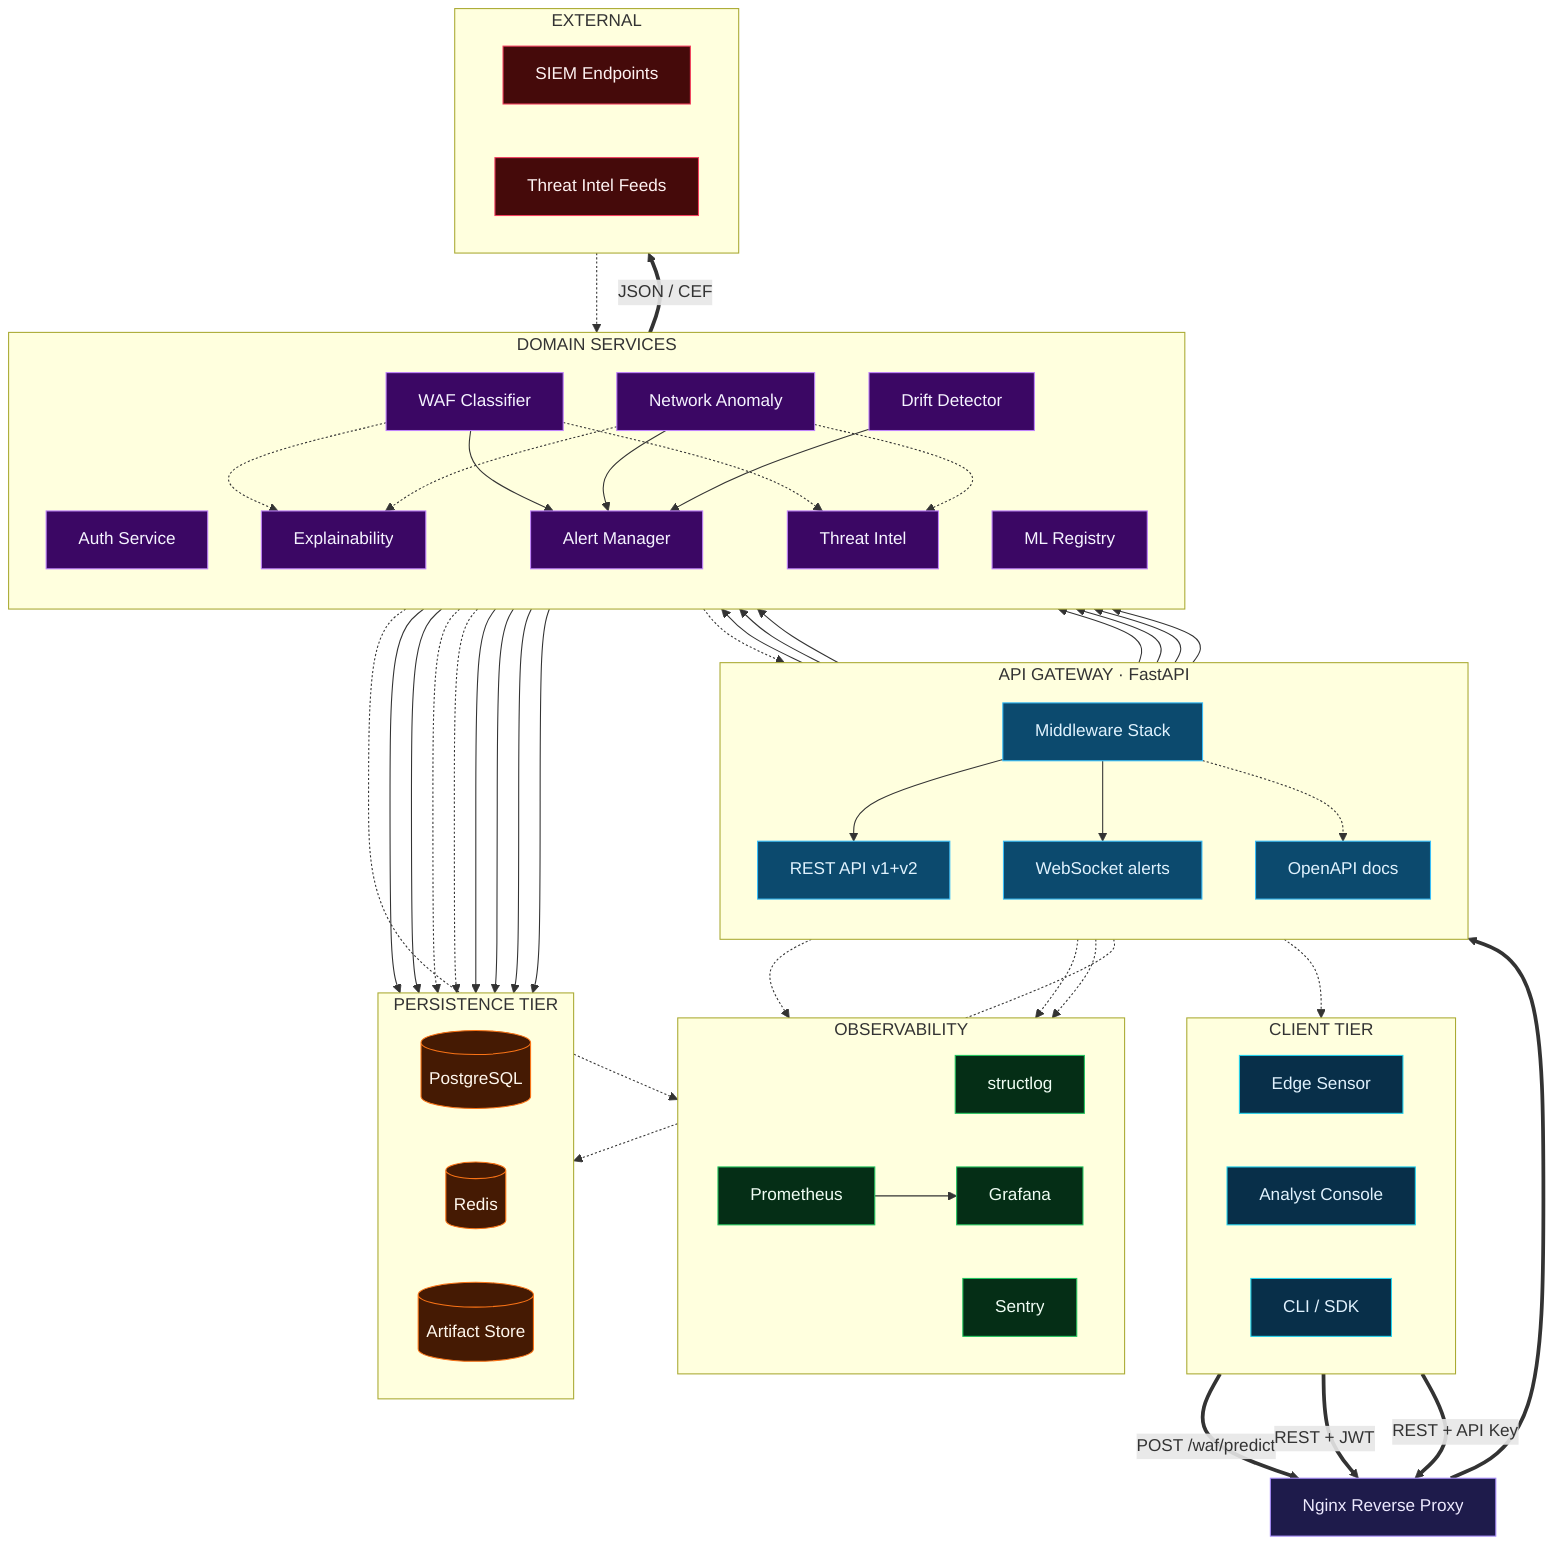
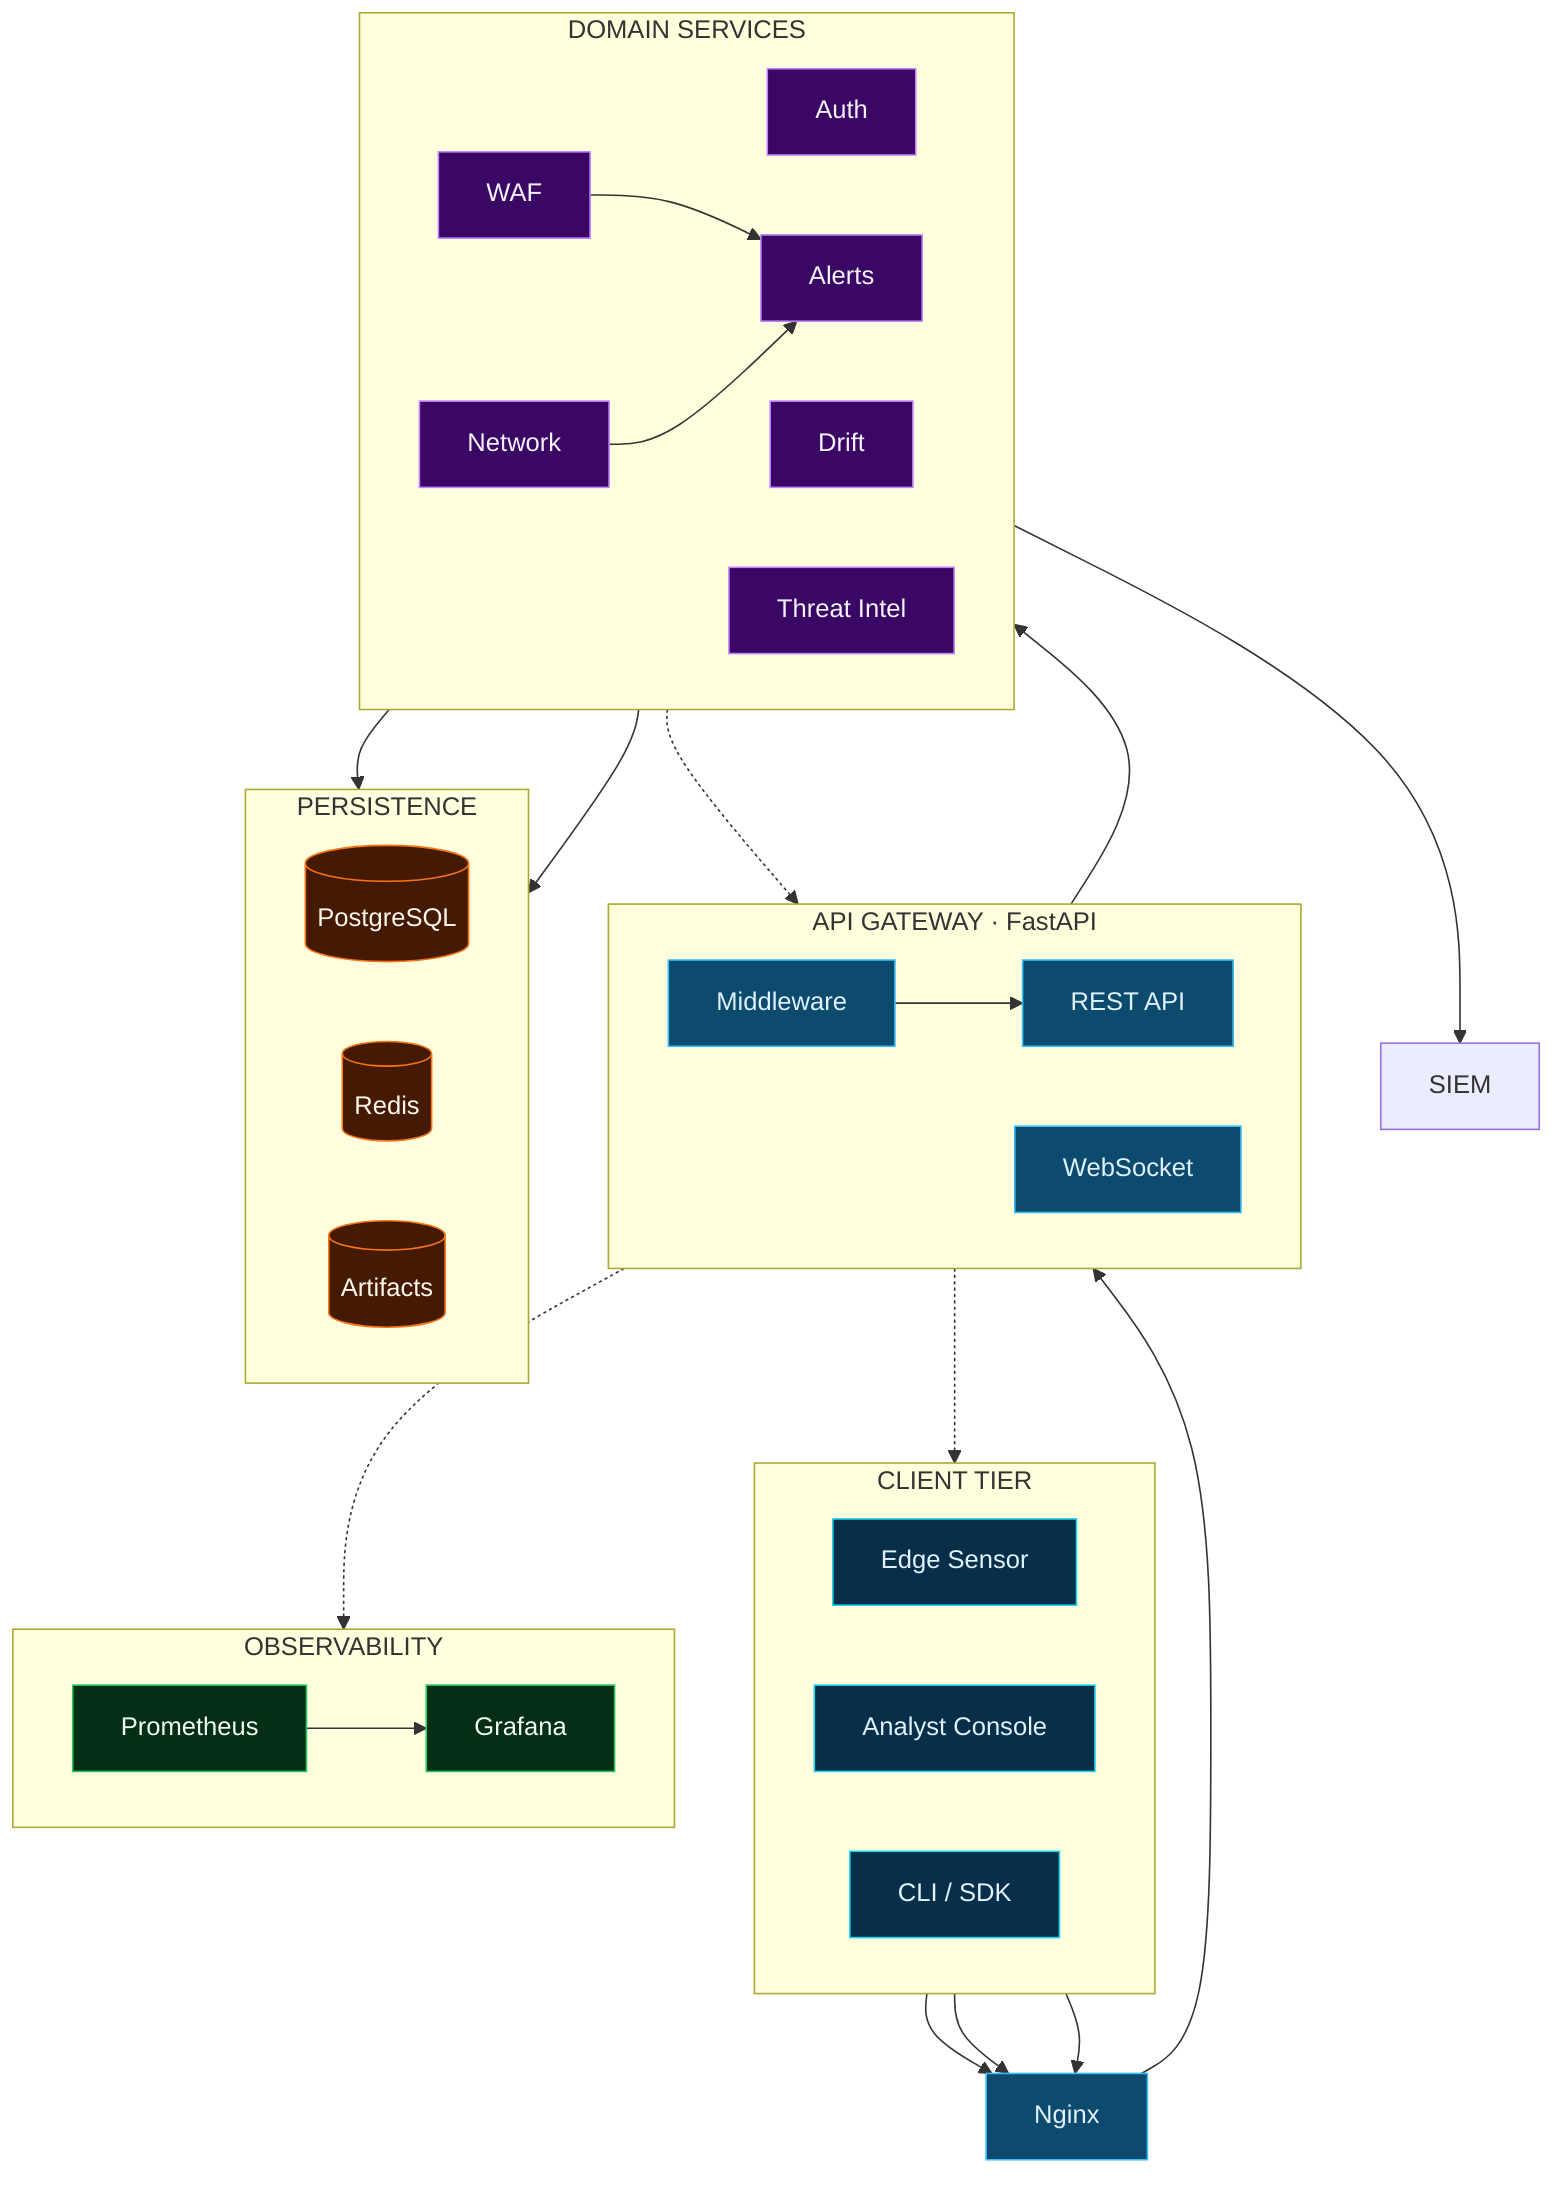
flowchart TB
    subgraph CLIENT["CLIENT TIER"]
        direction LR
        sensor["Edge Sensor"]
        console["Analyst Console"]
        sdk["CLI / SDK"]
    end

-     nginx["Nginx Reverse Proxy"]
+     nginx["Nginx"]

    subgraph GATEWAY["API GATEWAY · FastAPI"]
-         direction TB
-         mw["Middleware Stack"]
-         rest["REST API v1+v2"]
-         ws["WebSocket alerts"]
-         oas["OpenAPI docs"]
+         direction LR
+         mw["Middleware"]
+         rest["REST API"]
+         ws["WebSocket"]
    end

    subgraph DOMAIN["DOMAIN SERVICES"]
-         direction TB
-         auth["Auth Service"]
-         waf_svc["WAF Classifier"]
-         net_svc["Network Anomaly"]
-         registry_svc["ML Registry"]
-         drift_svc["Drift Detector"]
-         explain_svc["Explainability"]
-         alert_svc["Alert Manager"]
+         direction LR
+         auth["Auth"]
+         waf_svc["WAF"]
+         net_svc["Network"]
+         drift_svc["Drift"]
+         alert_svc["Alerts"]
        ti_svc["Threat Intel"]
    end

-     subgraph STORAGE["PERSISTENCE TIER"]
+     subgraph STORAGE["PERSISTENCE"]
        direction LR
        pg[("PostgreSQL")]
        redis[("Redis")]
-         fs[("Artifact Store")]
+         fs[("Artifacts")]
    end

    subgraph OBS["OBSERVABILITY"]
        direction LR
-         slog["structlog"]
        prom["Prometheus"]
        graf["Grafana"]
-         sentry["Sentry"]
    end

-     subgraph EXT["EXTERNAL"]
-         direction LR
-         siem["SIEM Endpoints"]
-         feeds["Threat Intel Feeds"]
-     end
+     siem["SIEM"]

-     sensor ==>|POST /waf/predict| nginx
-     console ==>|REST + JWT| nginx
-     sdk ==>|REST + API Key| nginx
-     nginx ==> mw
-     mw --> rest
-     mw --> ws
-     mw -.-> oas
- 
-     rest --> auth
-     rest --> waf_svc
-     rest --> net_svc
-     rest --> drift_svc
-     rest --> registry_svc
-     rest --> explain_svc
-     rest --> ti_svc
- 
-     waf_svc -.-> explain_svc
-     net_svc -.-> explain_svc
-     waf_svc --> alert_svc
-     net_svc --> alert_svc
-     drift_svc --> alert_svc
-     waf_svc -.-> ti_svc
-     net_svc -.-> ti_svc
- 
-     auth --> pg
-     auth --> redis
-     rest -.-> pg
-     waf_svc -.-> redis
-     net_svc -.-> redis
-     registry_svc --> fs
-     drift_svc --> pg
-     alert_svc --> pg
-     ti_svc --> pg
- 
-     alert_svc ==>|JSON / CEF| siem
-     alert_svc -.-> ws
-     ws -.-> console
-     feeds -.-> ti_svc
- 
-     mw -.-> slog
-     rest -.-> prom
-     waf_svc -.-> prom
-     prom --> graf
-     rest -.-> sentry
+     sensor & console & sdk --> nginx --> mw --> rest
+     rest --> DOMAIN
+     auth --> pg & redis
+     waf_svc & net_svc --> alert_svc
+     alert_svc --> siem
+     alert_svc -.-> ws -.-> console
+     rest -.-> prom --> graf

    classDef cli fill:#082f49,stroke:#22d3ee,color:#e0f2fe
-     classDef edgeNode fill:#1e1b4b,stroke:#a78bfa,color:#ede9fe
    classDef gw fill:#0c4a6e,stroke:#38bdf8,color:#e0f2fe
    classDef svc fill:#3b0764,stroke:#c084fc,color:#f5f3ff
    classDef store fill:#451a03,stroke:#f97316,color:#fff7ed
    classDef obs fill:#052e16,stroke:#22c55e,color:#f0fdf4
-     classDef extcls fill:#450a0a,stroke:#f43f5e,color:#fef2f2

    class sensor,console,sdk cli
-     class nginx edgeNode
-     class mw,rest,ws,oas gw
-     class auth,waf_svc,net_svc,registry_svc,drift_svc,explain_svc,alert_svc,ti_svc svc
+     class nginx,mw,rest,ws gw
+     class auth,waf_svc,net_svc,drift_svc,alert_svc,ti_svc svc
    class pg,redis,fs store
-     class slog,prom,graf,sentry obs
-     class siem,feeds extcls
+     class prom,graf obs
